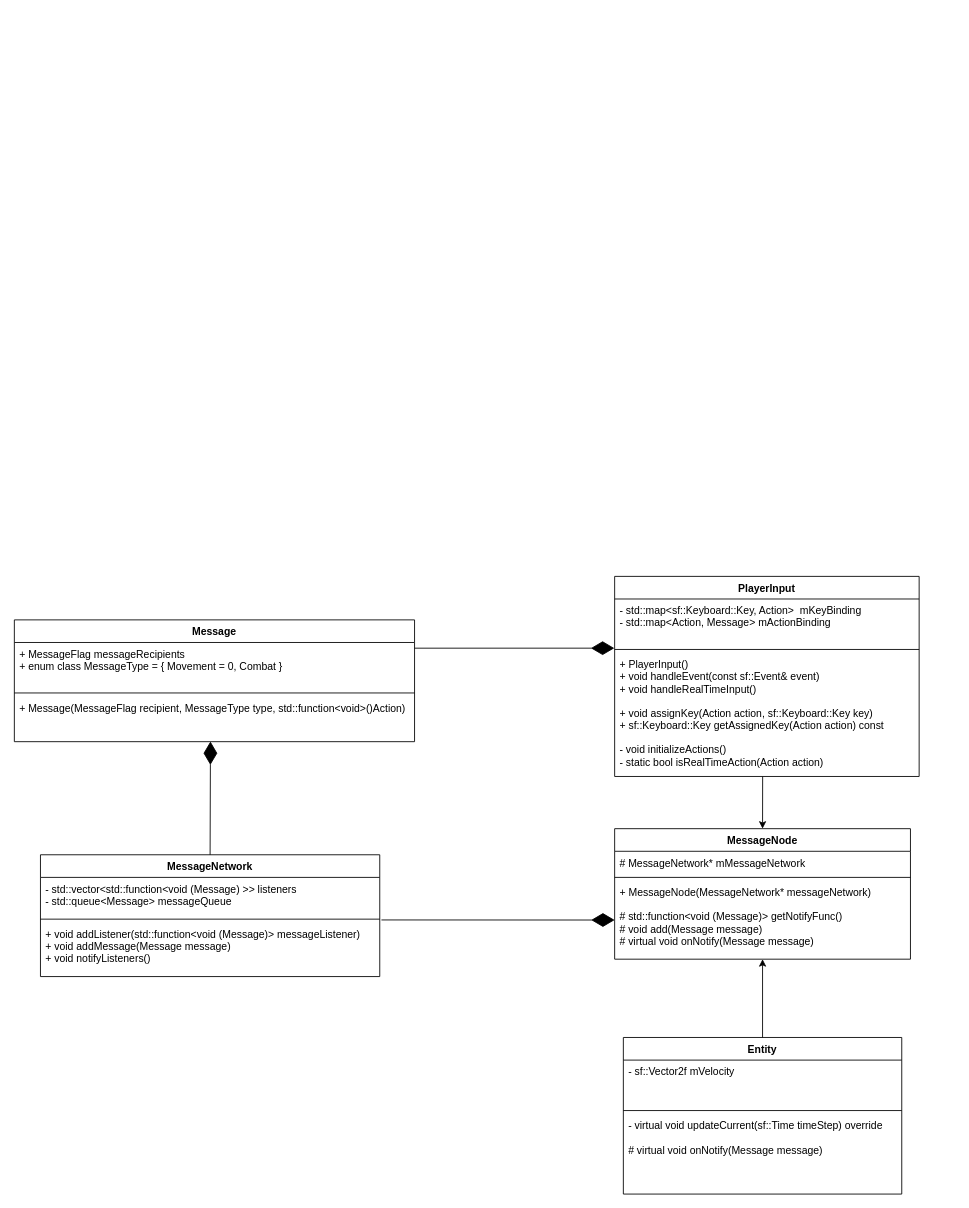
Before: docs/class_diagrams/MessageNetwork.dio in H-Matthews/Project-HCH, a draw.io diagram. Source tidied: cells renumbered, new cells numbered last; positions are measured from the earlier drawing's top-left corner, leaving out a move shared by most shapes. Both pictures are drawn from the tidied source at 87%, with x=0, y=0 at pixel (14, 576).
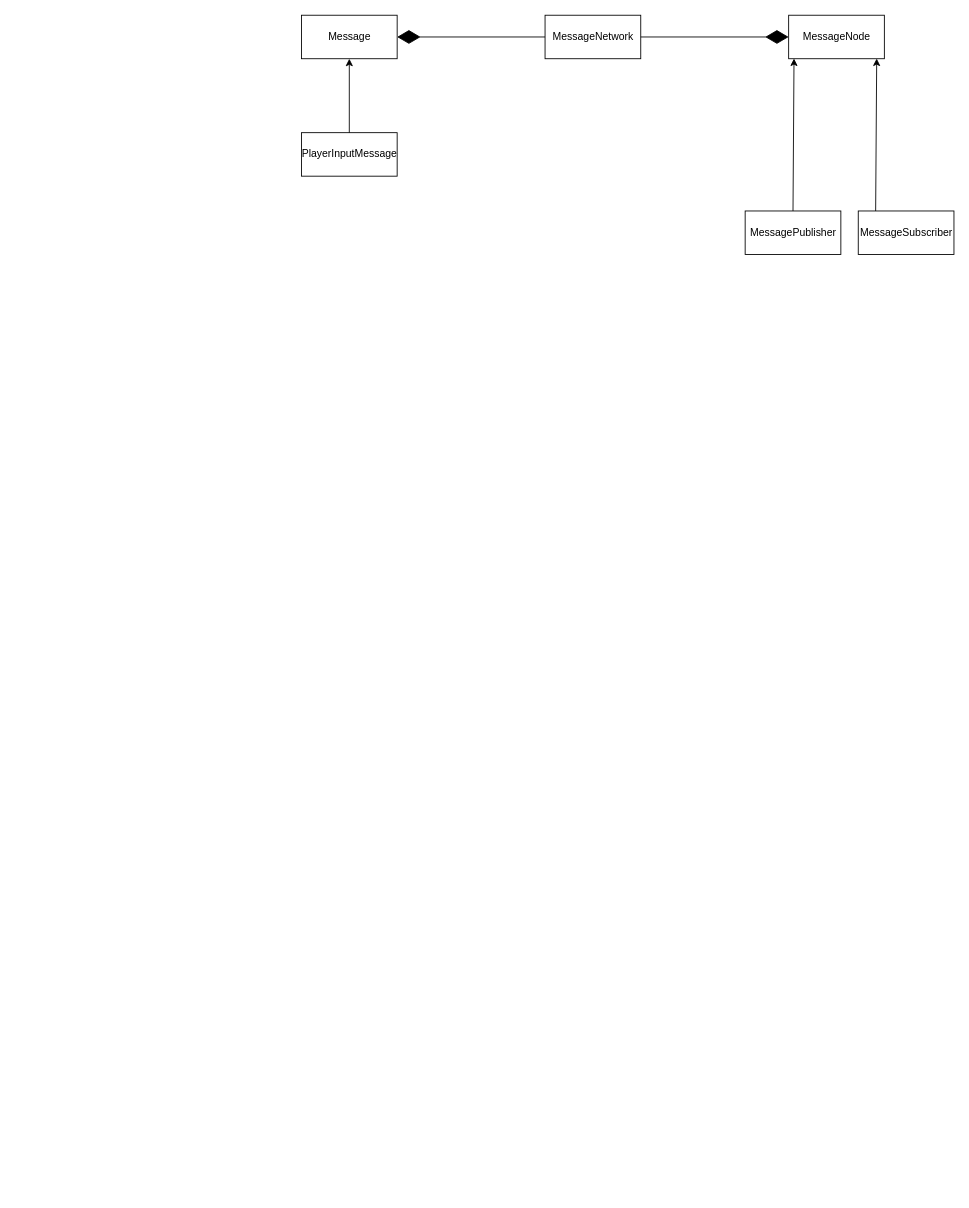
After the change.

Commit message (it also covers changes not shown here):
Adding and Modifying Simple Class diagrams for the Wiki

Change to the diagram source:
```diff
@@
+    <mxCell id="27" value="PlayerInputMessage" style="html=1;" parent="1" vertex="1">
+      <mxGeometry x="330" y="-510" width="110" height="50" as="geometry" />
+    </mxCell>
-    <mxCell id="2" value="Message" style="swimlane;fontStyle=1;align=center;verticalAlign=top;horizontal=1;startSize=26;" parent="1" vertex="1">
-      <mxGeometry y="50" width="460" height="140" as="geometry" />
+    <mxCell id="2" value="Message" style="html=1;" parent="1" vertex="1">
+      <mxGeometry x="330" y="-645" width="110" height="50" as="geometry" />
     </mxCell>
-    <mxCell id="3" value="+ MessageFlag messageRecipients&#10;+ enum class MessageType = { Movement = 0, Combat }" style="text;strokeColor=none;fillColor=none;align=left;verticalAlign=top;spacingLeft=4;spacingRight=4;overflow=hidden;points=[[0,0.5],[1,0.5]];portConstraint=eastwest;" parent="2" vertex="1">
-      <mxGeometry y="26" width="460" height="54" as="geometry" />
-    </mxCell>
-    <mxCell id="4" style="line;strokeWidth=1;fillColor=none;align=left;verticalAlign=middle;spacingTop=-1;spacingLeft=3;spacingRight=3;labelPosition=right;strokeColor=inherit;" parent="2" vertex="1">
-      <mxGeometry y="80" width="460" height="8" as="geometry" />
-    </mxCell>
-    <mxCell id="5" value="+ Message(MessageFlag recipient, MessageType type, std::function&lt;void&gt;()Action)" style="text;strokeColor=none;fillColor=none;align=left;verticalAlign=top;spacingLeft=4;spacingRight=4;overflow=hidden;points=[[0,0.5],[1,0.5]];portConstraint=eastwest;" parent="2" vertex="1">
-      <mxGeometry y="88" width="460" height="52" as="geometry" />
-    </mxCell>
+    <mxCell id="28" style="endArrow=classic;html=1;exitX=0.5;exitY=0;exitDx=0;exitDy=0;entryX=0.5;entryY=1;entryDx=0;entryDy=0;" parent="1" edge="1" source="27" target="2">
+      <mxGeometry relative="1" as="geometry" />
+    </mxCell>
-    <mxCell id="6" value="MessageNetwork" style="swimlane;fontStyle=1;align=center;verticalAlign=top;horizontal=1;startSize=26;" parent="1" vertex="1">
-      <mxGeometry x="30" y="320" width="390" height="140" as="geometry" />
+    <mxCell id="6" value="MessageNetwork" style="html=1;" parent="1" vertex="1">
+      <mxGeometry x="610" y="-645" width="110" height="50" as="geometry" />
     </mxCell>
-    <mxCell id="7" value="- std::vector&lt;std::function&lt;void (Message) &gt;&gt; listeners&#10;- std::queue&lt;Message&gt; messageQueue" style="text;strokeColor=none;fillColor=none;align=left;verticalAlign=top;spacingLeft=4;spacingRight=4;overflow=hidden;" parent="6" vertex="1">
-      <mxGeometry y="26" width="390" height="44" as="geometry" />
-    </mxCell>
-    <mxCell id="8" style="line;strokeWidth=1;fillColor=none;align=left;verticalAlign=middle;spacingTop=-1;spacingLeft=3;spacingRight=3;labelPosition=right;strokeColor=inherit;" parent="6" vertex="1">
-      <mxGeometry y="70" width="390" height="8" as="geometry" />
-    </mxCell>
-    <mxCell id="9" value="+ void addListener(std::function&lt;void (Message)&gt; messageListener)&#10;+ void addMessage(Message message)&#10;+ void notifyListeners()" style="text;strokeColor=none;fillColor=none;align=left;verticalAlign=top;spacingLeft=4;spacingRight=4;overflow=hidden;points=[[0,0.5],[1,0.5]];portConstraint=eastwest;" parent="6" vertex="1">
-      <mxGeometry y="78" width="390" height="62" as="geometry" />
-    </mxCell>
-    <mxCell id="10" style="endArrow=diamondThin;endFill=1;endSize=24;html=1;entryX=0.49;entryY=0.996;entryDx=0;entryDy=0;entryPerimeter=0;exitX=0.5;exitY=0;exitDx=0;exitDy=0;" parent="1" edge="1" source="6" target="5">
-      <mxGeometry relative="1" as="geometry" />
-    </mxCell>
+    <mxCell id="29" style="endArrow=diamondThin;endFill=1;endSize=24;html=1;exitX=0;exitY=0.5;exitDx=0;exitDy=0;entryX=1;entryY=0.5;entryDx=0;entryDy=0;" parent="1" edge="1" source="6" target="2">
+      <mxGeometry relative="1" as="geometry" />
+    </mxCell>
-    <mxCell id="11" value="MessageNode" style="swimlane;fontStyle=1;align=center;verticalAlign=top;horizontal=1;startSize=26;" parent="1" vertex="1">
-      <mxGeometry x="690" y="290" width="340" height="150" as="geometry" />
+    <mxCell id="11" value="MessageNode" style="html=1;" parent="1" vertex="1">
+      <mxGeometry x="890" y="-645" width="110" height="50" as="geometry" />
     </mxCell>
-    <mxCell id="12" value="# MessageNetwork* mMessageNetwork" style="text;strokeColor=none;fillColor=none;align=left;verticalAlign=top;spacingLeft=4;spacingRight=4;overflow=hidden;" parent="11" vertex="1">
-      <mxGeometry y="26" width="340" height="26" as="geometry" />
-    </mxCell>
-    <mxCell id="13" style="line;strokeWidth=1;fillColor=none;align=left;verticalAlign=middle;spacingTop=-1;spacingLeft=3;spacingRight=3;labelPosition=right;strokeColor=inherit;" parent="11" vertex="1">
-      <mxGeometry y="52" width="340" height="8" as="geometry" />
-    </mxCell>
-    <mxCell id="14" value="+ MessageNode(MessageNetwork* messageNetwork)&#10;&#10;# std::function&lt;void (Message)&gt; getNotifyFunc()&#10;# void add(Message message)&#10;# virtual void onNotify(Message message)" style="text;strokeColor=none;fillColor=none;align=left;verticalAlign=top;spacingLeft=4;spacingRight=4;overflow=hidden;points=[[0,0.5],[1,0.5]];portConstraint=eastwest;" parent="11" vertex="1">
-      <mxGeometry y="60" width="340" height="90" as="geometry" />
-    </mxCell>
-    <mxCell id="15" value="Entity" style="swimlane;fontStyle=1;align=center;verticalAlign=top;horizontal=1;startSize=26;" parent="1" vertex="1">
-      <mxGeometry x="700" y="530" width="320" height="180" as="geometry" />
-    </mxCell>
-    <mxCell id="16" value="- sf::Vector2f mVelocity" style="text;strokeColor=none;fillColor=none;align=left;verticalAlign=top;spacingLeft=4;spacingRight=4;overflow=hidden;" parent="15" vertex="1">
-      <mxGeometry y="26" width="320" height="54" as="geometry" />
-    </mxCell>
-    <mxCell id="17" style="line;strokeWidth=1;fillColor=none;align=left;verticalAlign=middle;spacingTop=-1;spacingLeft=3;spacingRight=3;labelPosition=right;strokeColor=inherit;" parent="15" vertex="1">
-      <mxGeometry y="80" width="320" height="8" as="geometry" />
-    </mxCell>
-    <mxCell id="18" value="- virtual void updateCurrent(sf::Time timeStep) override&#10;&#10;# virtual void onNotify(Message message)" style="text;strokeColor=none;fillColor=none;align=left;verticalAlign=top;spacingLeft=4;spacingRight=4;overflow=hidden;" parent="15" vertex="1">
-      <mxGeometry y="88" width="320" height="92" as="geometry" />
-    </mxCell>
-    <mxCell id="19" style="endArrow=diamondThin;endFill=1;endSize=24;html=1;entryX=0;entryY=0.5;entryDx=0;entryDy=0;exitX=1.005;exitY=-0.05;exitDx=0;exitDy=0;exitPerimeter=0;" parent="1" edge="1" source="9" target="14">
-      <mxGeometry relative="1" as="geometry" />
-    </mxCell>
-    <mxCell id="20" style="endArrow=classic;html=1;exitX=0.5;exitY=0;exitDx=0;exitDy=0;" parent="1" edge="1" source="15">
-      <mxGeometry relative="1" as="geometry">
-        <mxPoint x="860" y="440" as="targetPoint" />
-      </mxGeometry>
-    </mxCell>
-    <mxCell id="21" value="PlayerInput" style="swimlane;fontStyle=1;align=center;verticalAlign=top;horizontal=1;startSize=26;" parent="1" vertex="1">
-      <mxGeometry x="690" width="350" height="230" as="geometry" />
-    </mxCell>
-    <mxCell id="22" value="- std::map&lt;sf::Keyboard::Key, Action&gt;  mKeyBinding&#10;- std::map&lt;Action, Message&gt; mActionBinding" style="text;strokeColor=none;fillColor=none;align=left;verticalAlign=top;spacingLeft=4;spacingRight=4;overflow=hidden;" parent="21" vertex="1">
-      <mxGeometry y="26" width="350" height="54" as="geometry" />
-    </mxCell>
-    <mxCell id="23" style="line;strokeWidth=1;fillColor=none;align=left;verticalAlign=middle;spacingTop=-1;spacingLeft=3;spacingRight=3;labelPosition=right;points=[];portConstraint=eastwest;strokeColor=inherit;" parent="21" vertex="1">
-      <mxGeometry y="80" width="350" height="8" as="geometry" />
-    </mxCell>
-    <mxCell id="24" value="+ PlayerInput()&#10;+ void handleEvent(const sf::Event&amp; event)&#10;+ void handleRealTimeInput()&#10;&#10;+ void assignKey(Action action, sf::Keyboard::Key key)&#10;+ sf::Keyboard::Key getAssignedKey(Action action) const&#10;&#10;- void initializeActions()&#10;- static bool isRealTimeAction(Action action)" style="text;strokeColor=none;fillColor=none;align=left;verticalAlign=top;spacingLeft=4;spacingRight=4;overflow=hidden;points=[[0,0.5],[1,0.5]];portConstraint=eastwest;" parent="21" vertex="1">
-      <mxGeometry y="88" width="350" height="142" as="geometry" />
-    </mxCell>
-    <mxCell id="25" style="endArrow=classic;html=1;exitX=0.486;exitY=1.001;exitDx=0;exitDy=0;entryX=0.5;entryY=0;entryDx=0;entryDy=0;exitPerimeter=0;" parent="1" edge="1" source="24" target="11">
-      <mxGeometry relative="1" as="geometry" />
-    </mxCell>
-    <mxCell id="26" style="endArrow=diamondThin;endFill=1;endSize=24;html=1;entryX=-0.001;entryY=0.314;entryDx=0;entryDy=0;entryPerimeter=0;exitX=1;exitY=0.121;exitDx=0;exitDy=0;exitPerimeter=0;" parent="1" edge="1" source="3" target="23">
-      <mxGeometry relative="1" as="geometry" />
-    </mxCell>
+    <mxCell id="30" value="MessagePublisher" style="html=1;" parent="1" vertex="1">
+      <mxGeometry x="840" y="-420" width="110" height="50" as="geometry" />
+    </mxCell>
+    <mxCell id="31" value="MessageSubscriber" style="html=1;" parent="1" vertex="1">
+      <mxGeometry x="970" y="-420" width="110" height="50" as="geometry" />
+    </mxCell>
+    <mxCell id="32" style="endArrow=classic;html=1;exitX=0.5;exitY=0;exitDx=0;exitDy=0;entryX=0.056;entryY=0.996;entryDx=0;entryDy=0;entryPerimeter=0;" parent="1" edge="1" source="30" target="11">
+      <mxGeometry relative="1" as="geometry" />
+    </mxCell>
+    <mxCell id="33" style="endArrow=classic;html=1;exitX=0.5;exitY=0;exitDx=0;exitDy=0;entryX=0.056;entryY=0.996;entryDx=0;entryDy=0;entryPerimeter=0;" parent="1" edge="1">
+      <mxGeometry relative="1" as="geometry">
+        <mxPoint x="990" y="-420" as="sourcePoint" />
+        <mxPoint x="991.2" y="-595.2" as="targetPoint" />
+      </mxGeometry>
+    </mxCell>
+    <mxCell id="34" style="endArrow=diamondThin;endFill=1;endSize=24;html=1;exitX=1;exitY=0.5;exitDx=0;exitDy=0;entryX=0;entryY=0.5;entryDx=0;entryDy=0;" parent="1" edge="1" source="6" target="11">
+      <mxGeometry relative="1" as="geometry" />
+    </mxCell>
```
